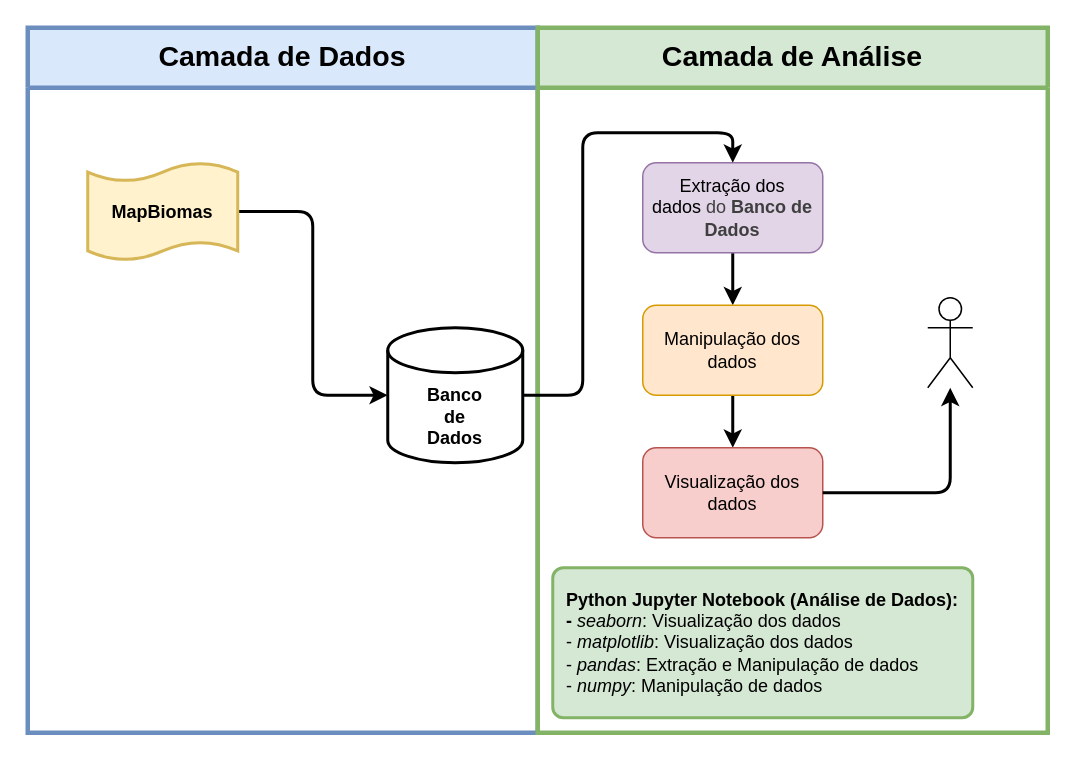
This is layer.drawio from affonsoviccari/health_and_environment_data_analysis, a draw.io file, before an edit. Source tidied: cells renumbered, new cells numbered last; positions are measured from the earlier drawing's top-left corner, leaving out a move shared by most shapes. Both pictures are drawn from the tidied source at 150%, with x=0, y=0 at pixel (27, 27).
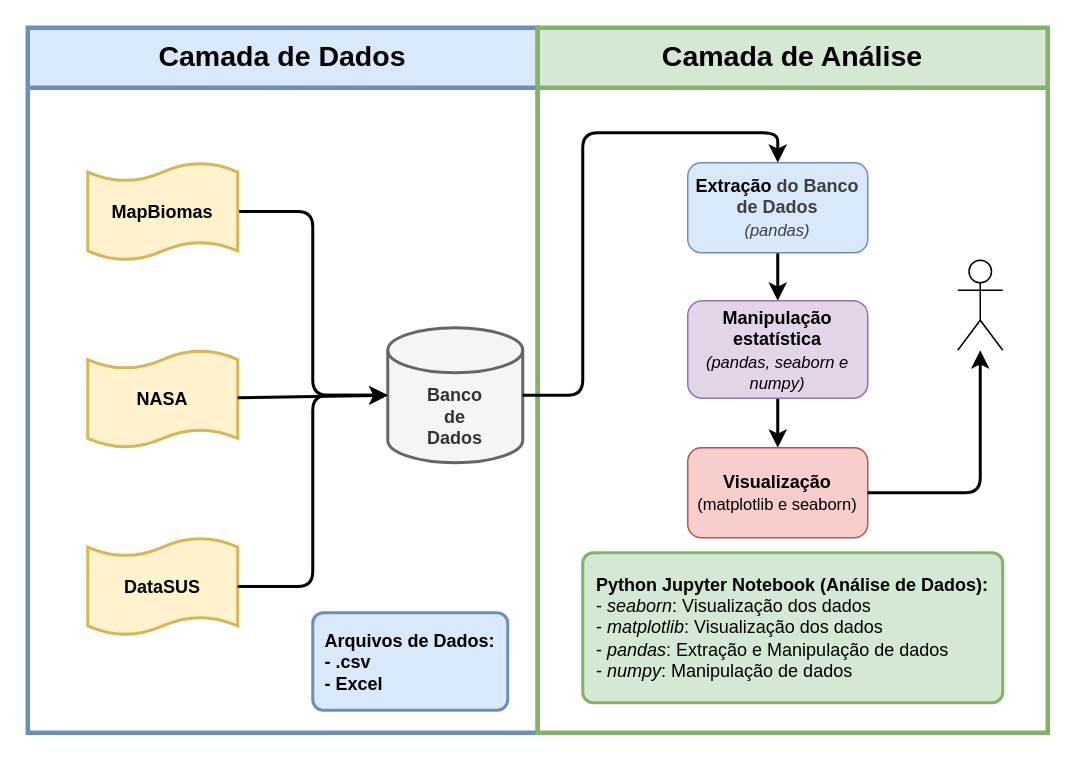
After the change.

The change refers to these unchanged cells:
```xml
<mxCell id="6" value="&lt;font style=&quot;font-size: 19px;&quot;&gt;Camada de Análise&lt;/font&gt;" style="swimlane;whiteSpace=wrap;html=1;startSize=40;fillColor=#d5e8d4;strokeColor=#82b366;strokeWidth=3;" parent="1" vertex="1">
  <mxGeometry x="340" width="340" height="470" as="geometry" />
</mxCell>
```

The edit, as a diff of the source:
```diff
@@
-    <mxCell id="2" value="&lt;font style=&quot;font-size: 19px;&quot;&gt;Camada de Dados&lt;/font&gt;" style="swimlane;whiteSpace=wrap;html=1;startSize=40;fillColor=#dae8fc;strokeColor=#6c8ebf;strokeWidth=3;" parent="1" vertex="1">
+    <mxCell id="2" value="&lt;font style=&quot;font-size: 19px;&quot;&gt;Camada de Dados&lt;/font&gt;" style="swimlane;whiteSpace=wrap;html=1;startSize=40;fillColor=#dae8fc;strokeColor=#6c8ebf;strokeWidth=3;fillStyle=solid;" parent="1" vertex="1">
       <mxGeometry width="340" height="470" as="geometry" />
     </mxCell>
-    <mxCell id="3" value="&lt;b&gt;&lt;br&gt;&lt;br&gt;Banco&lt;br&gt;de&lt;/b&gt;&lt;div&gt;&lt;b&gt;Dados&lt;/b&gt;&lt;/div&gt;" style="strokeWidth=2;html=1;shape=mxgraph.flowchart.database;whiteSpace=wrap;" parent="2" vertex="1">
+    <mxCell id="3" value="&lt;b&gt;&lt;br&gt;&lt;br&gt;Banco&lt;br&gt;de&lt;/b&gt;&lt;div&gt;&lt;b&gt;Dados&lt;/b&gt;&lt;/div&gt;" style="strokeWidth=2;html=1;shape=mxgraph.flowchart.database;whiteSpace=wrap;fillColor=#f5f5f5;fontColor=#333333;strokeColor=#666666;" parent="2" vertex="1">
       <mxGeometry x="240" y="200" width="90" height="90" as="geometry" />
     </mxCell>
@@
+    <mxCell id="16" value="&lt;b&gt;DataSUS&lt;/b&gt;" style="shape=tape;whiteSpace=wrap;html=1;strokeWidth=2;size=0.19;fillColor=#fff2cc;strokeColor=#d6b656;" parent="2" vertex="1">
+      <mxGeometry x="40" y="340" width="100" height="65" as="geometry" />
+    </mxCell>
+    <mxCell id="17" style="edgeStyle=orthogonalEdgeStyle;html=1;entryX=0;entryY=0.5;entryDx=0;entryDy=0;entryPerimeter=0;strokeWidth=2;" parent="2" edge="1" source="16" target="3">
+      <mxGeometry relative="1" as="geometry" />
+    </mxCell>
+    <mxCell id="18" value="&lt;div style=&quot;text-align: left;&quot;&gt;&lt;b&gt;Arquivos de Dados:&lt;/b&gt;&lt;/div&gt;&lt;div style=&quot;text-align: left;&quot;&gt;&lt;b&gt;- .csv&lt;/b&gt;&lt;/div&gt;&lt;div style=&quot;text-align: left;&quot;&gt;&lt;b&gt;- Excel&lt;/b&gt;&lt;/div&gt;" style="rounded=1;whiteSpace=wrap;html=1;absoluteArcSize=1;arcSize=14;strokeWidth=2;fillColor=#dae8fc;strokeColor=#6c8ebf;" parent="2" vertex="1">
+      <mxGeometry x="190" y="390" width="130" height="65" as="geometry" />
+    </mxCell>
+    <mxCell id="19" value="&lt;b&gt;NASA&lt;/b&gt;" style="shape=tape;whiteSpace=wrap;html=1;strokeWidth=2;size=0.19;fillColor=#fff2cc;strokeColor=#d6b656;" parent="2" vertex="1">
+      <mxGeometry x="40" y="215" width="100" height="65" as="geometry" />
+    </mxCell>
+    <mxCell id="20" style="edgeStyle=none;html=1;entryX=0;entryY=0.5;entryDx=0;entryDy=0;entryPerimeter=0;strokeWidth=2;" parent="2" edge="1" source="19" target="3">
+      <mxGeometry relative="1" as="geometry" />
+    </mxCell>
@@
-    <mxCell id="7" value="&lt;div style=&quot;text-align: left;&quot;&gt;&lt;b style=&quot;background-color: transparent;&quot;&gt;Python Jupyter Notebook (Análise de Dados):&lt;/b&gt;&lt;/div&gt;&lt;div style=&quot;text-align: left;&quot;&gt;&lt;b&gt;- &lt;/b&gt;&lt;i&gt;seaborn&lt;/i&gt;: Visualização dos dados&lt;/div&gt;&lt;div style=&quot;text-align: left;&quot;&gt;- &lt;i&gt;matplotlib&lt;/i&gt;: Visualização dos dados&lt;/div&gt;&lt;div style=&quot;text-align: left;&quot;&gt;- &lt;i&gt;pandas&lt;/i&gt;: Extração e Manipulação de dados&lt;/div&gt;&lt;div style=&quot;text-align: left;&quot;&gt;- &lt;i&gt;numpy&lt;/i&gt;: Manipulação de dados&lt;/div&gt;" style="rounded=1;whiteSpace=wrap;html=1;absoluteArcSize=1;arcSize=14;strokeWidth=2;fillColor=#d5e8d4;strokeColor=#82b366;" parent="6" vertex="1">
-      <mxGeometry x="10" y="360" width="280" height="100" as="geometry" />
+    <mxCell id="7" value="&lt;div style=&quot;text-align: left;&quot;&gt;&lt;b style=&quot;background-color: transparent;&quot;&gt;Python Jupyter Notebook (Análise de Dados):&lt;/b&gt;&lt;/div&gt;&lt;div style=&quot;text-align: left;&quot;&gt;-&lt;b&gt; &lt;/b&gt;&lt;i&gt;seaborn&lt;/i&gt;: Visualização dos dados&lt;/div&gt;&lt;div style=&quot;text-align: left;&quot;&gt;- &lt;i&gt;matplotlib&lt;/i&gt;: Visualização dos dados&lt;/div&gt;&lt;div style=&quot;text-align: left;&quot;&gt;- &lt;i&gt;pandas&lt;/i&gt;: Extração e Manipulação de dados&lt;/div&gt;&lt;div style=&quot;text-align: left;&quot;&gt;- &lt;i&gt;numpy&lt;/i&gt;: Manipulação de dados&lt;/div&gt;" style="rounded=1;whiteSpace=wrap;html=1;absoluteArcSize=1;arcSize=14;strokeWidth=2;fillColor=#d5e8d4;strokeColor=#82b366;" parent="6" vertex="1">
+      <mxGeometry x="30" y="350" width="280" height="100" as="geometry" />
     </mxCell>
@@
-    <mxCell id="9" value="Extração dos dados&amp;nbsp;&lt;span style=&quot;color: rgb(63, 63, 63); background-color: transparent;&quot;&gt;do &lt;b&gt;Banco de Dados&lt;/b&gt;&lt;/span&gt;" style="rounded=1;whiteSpace=wrap;html=1;roundedPerimeter=1;fillColor=#e1d5e7;strokeColor=#9673a6;" parent="6" vertex="1">
-      <mxGeometry x="70" y="90" width="120" height="60" as="geometry" />
+    <mxCell id="9" value="&lt;b&gt;Extração&amp;nbsp;&lt;span style=&quot;color: rgb(63, 63, 63); background-color: transparent;&quot;&gt;do Banco de Dados&lt;/span&gt;&lt;/b&gt;&lt;div&gt;&lt;span style=&quot;color: rgb(63, 63, 63); background-color: transparent;&quot;&gt;&lt;i&gt;&lt;font style=&quot;font-size: 11px;&quot;&gt;(pandas)&lt;/font&gt;&lt;/i&gt;&lt;/span&gt;&lt;/div&gt;" style="rounded=1;whiteSpace=wrap;html=1;roundedPerimeter=1;fillColor=#dae8fc;strokeColor=#6c8ebf;" parent="6" vertex="1">
+      <mxGeometry x="100" y="90" width="120" height="60" as="geometry" />
     </mxCell>
@@
-    <mxCell id="11" value="Manipulação dos dados" style="rounded=1;whiteSpace=wrap;html=1;roundedPerimeter=1;fillColor=#ffe6cc;strokeColor=#d79b00;" parent="6" vertex="1">
-      <mxGeometry x="70" y="185" width="120" height="60" as="geometry" />
+    <mxCell id="11" value="&lt;b&gt;Manipulação estatística&lt;/b&gt;&lt;div&gt;&lt;i&gt;&lt;font style=&quot;font-size: 11px;&quot;&gt;(pandas, seaborn e numpy)&lt;/font&gt;&lt;/i&gt;&lt;/div&gt;" style="rounded=1;whiteSpace=wrap;html=1;roundedPerimeter=1;fillColor=#e1d5e7;strokeColor=#9673a6;" parent="6" vertex="1">
+      <mxGeometry x="100" y="182" width="120" height="65" as="geometry" />
     </mxCell>
-    <mxCell id="12" value="Visualização dos dados" style="rounded=1;whiteSpace=wrap;html=1;roundedPerimeter=1;fillColor=#f8cecc;strokeColor=#b85450;" parent="6" vertex="1">
-      <mxGeometry x="70" y="280" width="120" height="60" as="geometry" />
+    <mxCell id="12" value="&lt;b&gt;Visualização&lt;/b&gt;&lt;div&gt;&lt;font style=&quot;font-size: 11px;&quot;&gt;(matplotlib e seaborn)&lt;/font&gt;&lt;/div&gt;" style="rounded=1;whiteSpace=wrap;html=1;roundedPerimeter=1;fillColor=#f8cecc;strokeColor=#b85450;" parent="6" vertex="1">
+      <mxGeometry x="100" y="280" width="120" height="60" as="geometry" />
     </mxCell>
+    <mxCell id="14" style="edgeStyle=orthogonalEdgeStyle;html=1;strokeWidth=2;" parent="6" edge="1" source="12" target="13">
+      <mxGeometry x="0.2" relative="1" as="geometry" />
+    </mxCell>
     <mxCell id="13" style="shape=umlActor;verticalLabelPosition=bottom;verticalAlign=top;html=1;outlineConnect=0;" parent="6" vertex="1">
-      <mxGeometry x="260" y="180" width="30" height="60" as="geometry" />
+      <mxGeometry x="280" y="155" width="30" height="60" as="geometry" />
     </mxCell>
-    <mxCell id="14" style="edgeStyle=orthogonalEdgeStyle;html=1;strokeWidth=2;" parent="6" edge="1" source="12" target="13">
-      <mxGeometry x="0.2" relative="1" as="geometry" />
-    </mxCell>
     <mxCell id="15" style="edgeStyle=orthogonalEdgeStyle;html=1;entryX=0.5;entryY=0;entryDx=0;entryDy=0;strokeWidth=2;" parent="1" edge="1" source="3" target="9">
       <mxGeometry x="-0.06" relative="1" as="geometry">
         <Array as="points">
           <mxPoint x="370" y="245" />
           <mxPoint x="370" y="70" />
-          <mxPoint x="470" y="70" />
+          <mxPoint x="500" y="70" />
         </Array>
       </mxGeometry>
     </mxCell>
```
